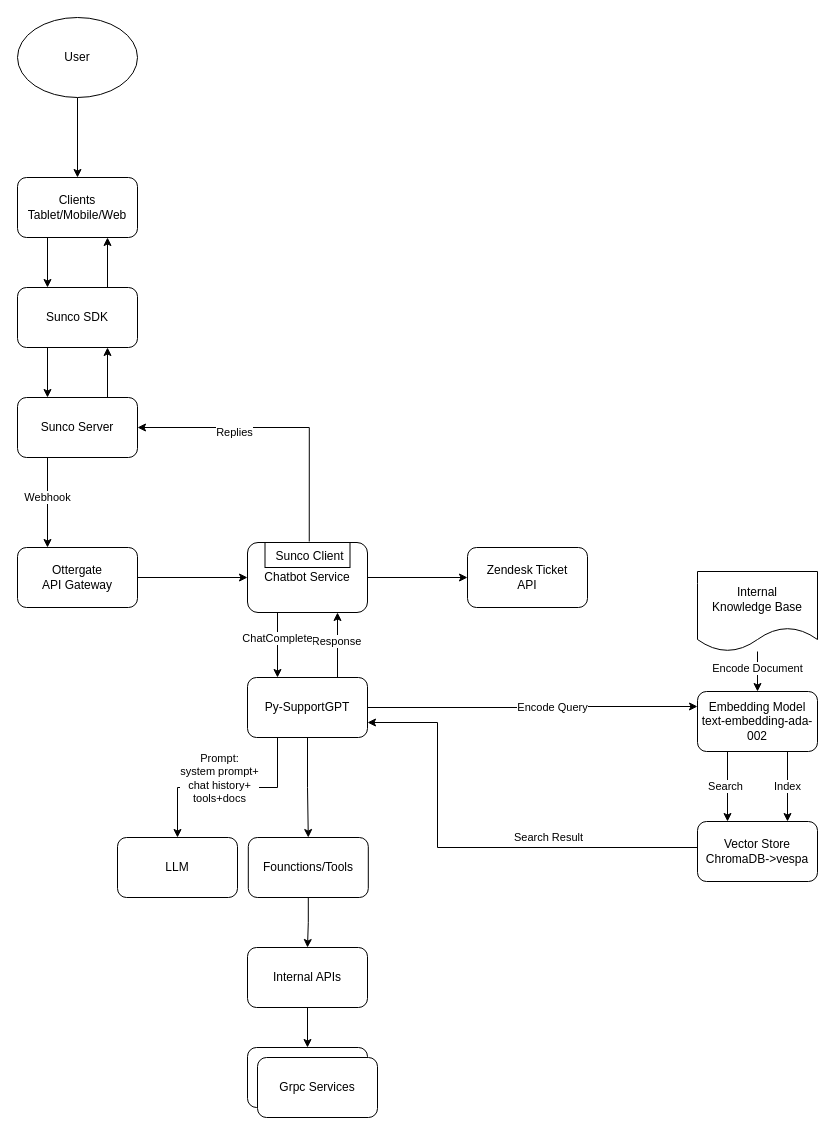
Above: SupportGPT Architecture.drawio in evagle/awesome (draw.io), before the change. Source tidied: cells renumbered, new cells numbered last; positions are measured from the earlier drawing's top-left corner, leaving out a move shared by most shapes. Both pictures are drawn from the tidied source at 100%, with x=0, y=0 at pixel (17, 17).
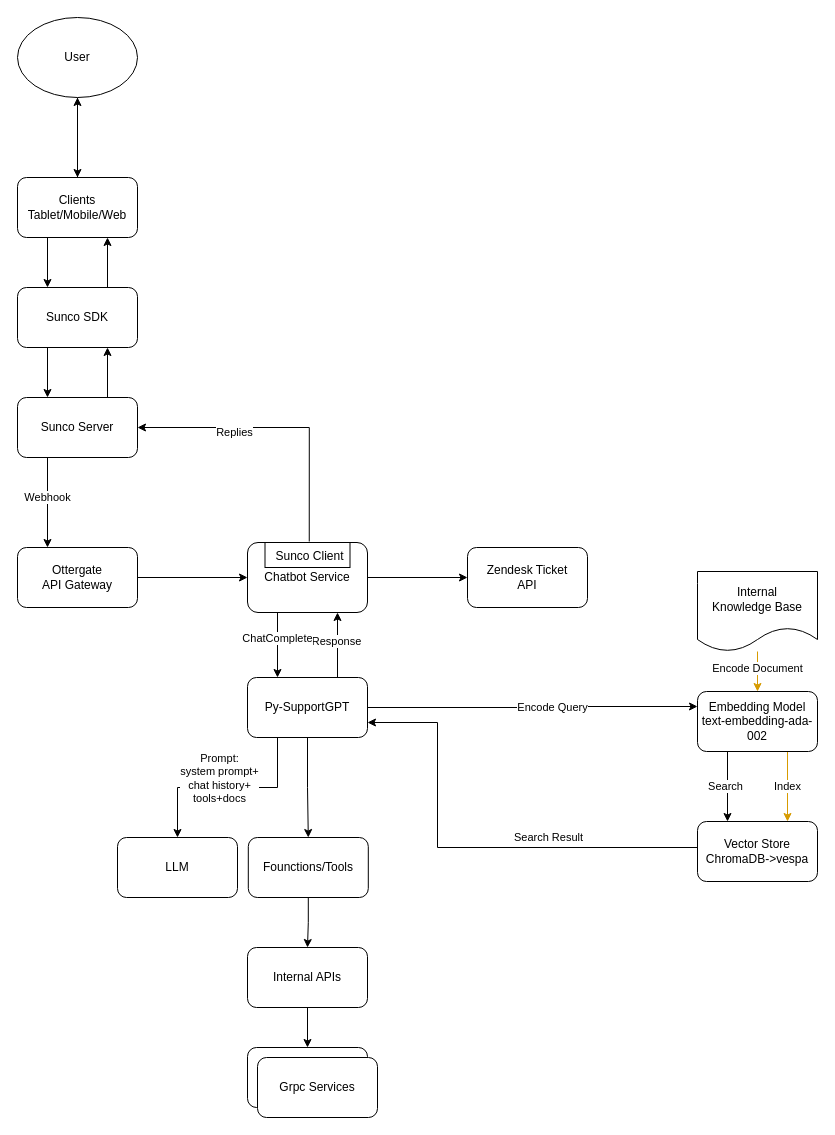
The same page after the edit.

The change refers to these unchanged cells:
```xml
<mxCell id="3" value="User" style="ellipse;whiteSpace=wrap;html=1;" parent="1" vertex="1">
  <mxGeometry width="120" height="80" as="geometry" />
</mxCell>
<mxCell id="5" value="Clients&lt;br&gt;Tablet/Mobile/Web" style="rounded=1;whiteSpace=wrap;html=1;" parent="1" vertex="1">
  <mxGeometry y="160" width="120" height="60" as="geometry" />
</mxCell>
<mxCell id="31" value="Vector Store&lt;br&gt;ChromaDB-&amp;gt;vespa" style="rounded=1;whiteSpace=wrap;html=1;" parent="1" vertex="1">
  <mxGeometry x="680" y="804" width="120" height="60" as="geometry" />
</mxCell>
<mxCell id="39" value="Internal&lt;br&gt;Knowledge Base" style="shape=document;whiteSpace=wrap;html=1;boundedLbl=1;" parent="1" vertex="1">
  <mxGeometry x="680" y="554" width="120" height="80" as="geometry" />
</mxCell>
<mxCell id="43" value="Embedding Model&lt;br&gt;text-embedding-ada-002" style="rounded=1;whiteSpace=wrap;html=1;" parent="1" vertex="1">
  <mxGeometry x="680" y="674" width="120" height="60" as="geometry" />
</mxCell>
```

Diff of the diagram source:
```diff
@@
+    <mxCell id="49" style="edgeStyle=orthogonalEdgeStyle;rounded=0;jettySize=auto;html=1;exitX=0.5;exitY=0;exitDx=0;exitDy=0;entryX=0.5;entryY=1;entryDx=0;entryDy=0;" parent="1" edge="1" source="5" target="3">
+      <mxGeometry relative="1" as="geometry" />
+    </mxCell>
@@
-    <mxCell id="37" style="edgeStyle=orthogonalEdgeStyle;rounded=0;jettySize=auto;html=1;entryX=0.5;entryY=0;entryDx=0;entryDy=0;" parent="1" edge="1" source="39" target="43">
+    <mxCell id="37" style="edgeStyle=orthogonalEdgeStyle;rounded=0;jettySize=auto;html=1;entryX=0.5;entryY=0;entryDx=0;entryDy=0;fillColor=#ffe6cc;strokeColor=#d79b00;" parent="1" edge="1" source="39" target="43">
       <mxGeometry relative="1" as="geometry" />
     </mxCell>
@@
-    <mxCell id="40" value="Index" style="edgeStyle=orthogonalEdgeStyle;rounded=0;jettySize=auto;html=1;exitX=0.75;exitY=1;exitDx=0;exitDy=0;entryX=0.75;entryY=0;entryDx=0;entryDy=0;" parent="1" edge="1" source="43" target="31">
+    <mxCell id="40" value="Index" style="edgeStyle=orthogonalEdgeStyle;rounded=0;jettySize=auto;html=1;exitX=0.75;exitY=1;exitDx=0;exitDy=0;entryX=0.75;entryY=0;entryDx=0;entryDy=0;fillColor=#ffe6cc;strokeColor=#d79b00;" parent="1" edge="1" source="43" target="31">
       <mxGeometry relative="1" as="geometry" />
     </mxCell>
```
